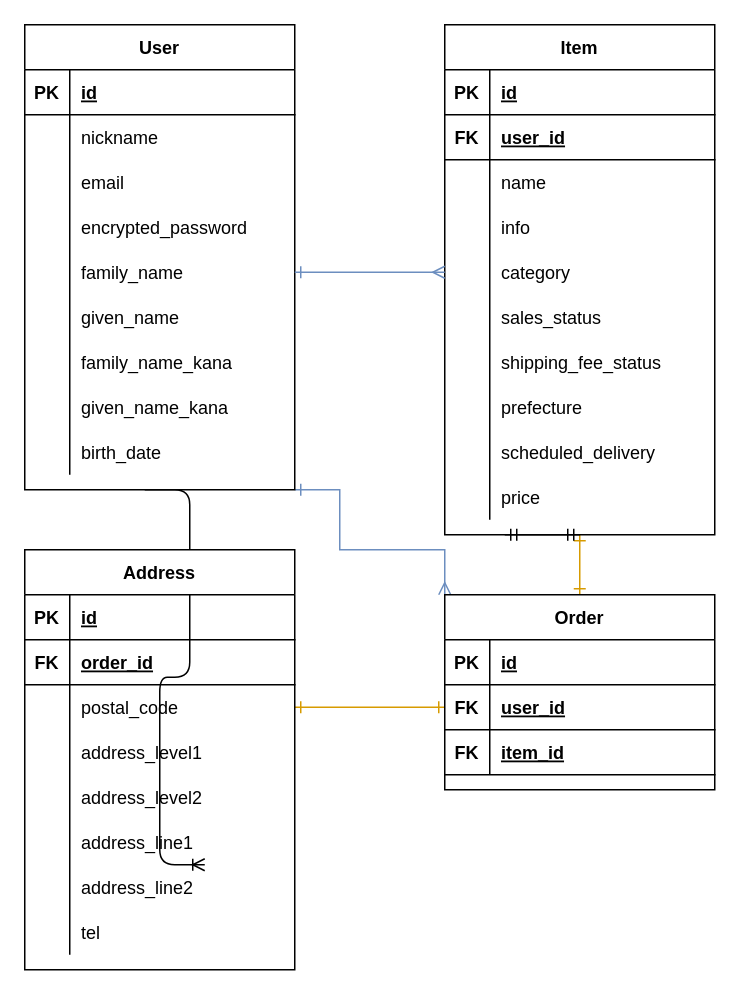
This is ER.dio from ttbbtbb/furima-31108, a draw.io file, before an edit. Source tidied: cells renumbered, new cells numbered last; positions are measured from the earlier drawing's top-left corner, leaving out a move shared by most shapes. Both pictures are drawn from the tidied source at 150%, with x=0, y=0 at pixel (24, 24).
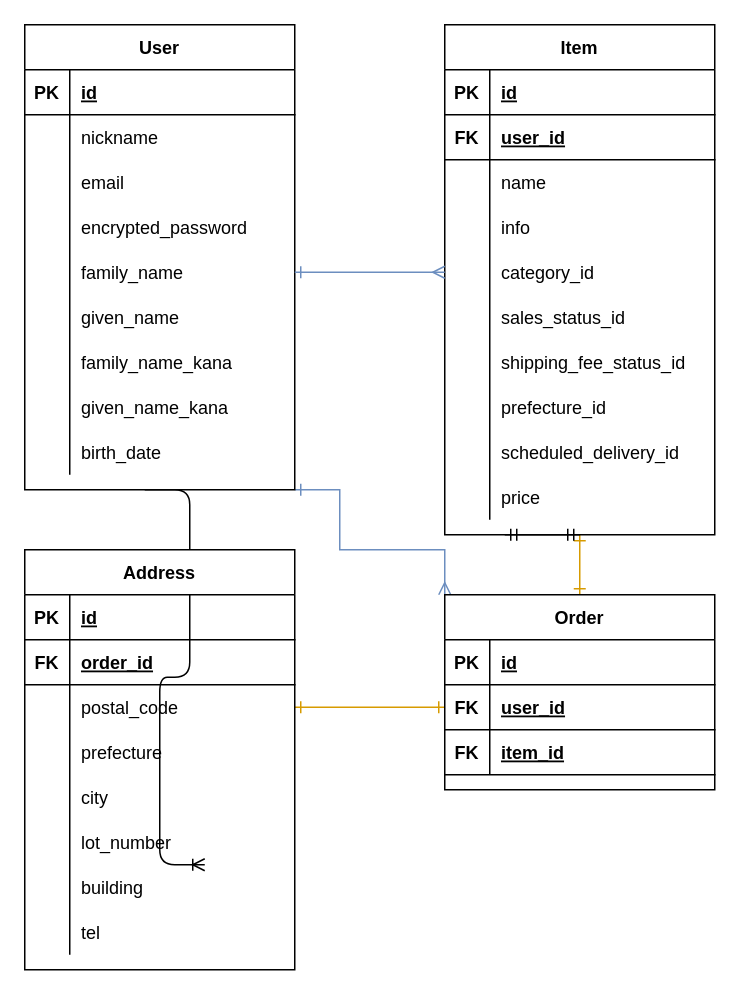
Above is the later version.

Commit message (it also covers changes not shown here):
カラム名修正、不要オプション削除

The change refers to these unchanged cells:
```xml
<mxCell id="45" style="shape=partialRectangle;fillColor=none;top=0;left=0;bottom=0;right=0;points=[[0,0.5],[1,0.5]];portConstraint=eastwest;" parent="32" vertex="1">
  <mxGeometry y="150" width="180" height="30" as="geometry" />
</mxCell>
<mxCell id="48" style="shape=partialRectangle;fillColor=none;top=0;left=0;bottom=0;right=0;" parent="32" vertex="1">
  <mxGeometry y="180" width="180" height="30" as="geometry" />
</mxCell>
<mxCell id="51" style="shape=partialRectangle;fillColor=none;top=0;left=0;bottom=0;right=0;" parent="32" vertex="1">
  <mxGeometry y="210" width="180" height="30" as="geometry" />
</mxCell>
<mxCell id="54" style="shape=partialRectangle;fillColor=none;top=0;left=0;bottom=0;right=0;" parent="32" vertex="1">
  <mxGeometry y="240" width="180" height="30" as="geometry" />
</mxCell>
<mxCell id="57" style="shape=partialRectangle;fillColor=none;top=0;left=0;bottom=0;right=0;" parent="32" vertex="1">
  <mxGeometry y="270" width="180" height="30" as="geometry" />
</mxCell>
<mxCell id="87" style="shape=partialRectangle;fillColor=none;top=0;left=0;bottom=0;right=0;" parent="77" vertex="1">
  <mxGeometry y="120" width="180" height="30" as="geometry" />
</mxCell>
<mxCell id="90" style="shape=partialRectangle;fillColor=none;top=0;left=0;bottom=0;right=0;" parent="77" vertex="1">
  <mxGeometry y="150" width="180" height="30" as="geometry" />
</mxCell>
<mxCell id="93" style="shape=partialRectangle;fillColor=none;top=0;left=0;bottom=0;right=0;" parent="77" vertex="1">
  <mxGeometry y="180" width="180" height="30" as="geometry" />
</mxCell>
<mxCell id="96" style="shape=partialRectangle;fillColor=none;top=0;left=0;bottom=0;right=0;" parent="77" vertex="1">
  <mxGeometry y="210" width="180" height="30" as="geometry" />
</mxCell>
```

Change to the diagram source:
```diff
@@
-    <mxCell id="47" value="category" style="shape=partialRectangle;fillColor=none;top=0;left=0;bottom=0;right=0;align=left;spacingLeft=6;overflow=hidden;" parent="45" vertex="1">
+    <mxCell id="47" value="category_id" style="shape=partialRectangle;fillColor=none;top=0;left=0;bottom=0;right=0;align=left;spacingLeft=6;overflow=hidden;" parent="45" vertex="1">
       <mxGeometry x="30" width="150" height="30" as="geometry" />
     </mxCell>
@@
-    <mxCell id="50" value="sales_status" style="shape=partialRectangle;fillColor=none;top=0;left=0;bottom=0;right=0;align=left;spacingLeft=6;overflow=hidden;" parent="48" vertex="1">
+    <mxCell id="50" value="sales_status_id" style="shape=partialRectangle;fillColor=none;top=0;left=0;bottom=0;right=0;align=left;spacingLeft=6;overflow=hidden;" parent="48" vertex="1">
       <mxGeometry x="30" width="150" height="30" as="geometry" />
     </mxCell>
@@
-    <mxCell id="53" value="shipping_fee_status" style="shape=partialRectangle;fillColor=none;top=0;left=0;bottom=0;right=0;align=left;spacingLeft=6;overflow=hidden;" parent="51" vertex="1">
+    <mxCell id="53" value="shipping_fee_status_id" style="shape=partialRectangle;fillColor=none;top=0;left=0;bottom=0;right=0;align=left;spacingLeft=6;overflow=hidden;" parent="51" vertex="1">
       <mxGeometry x="30" width="150" height="30" as="geometry" />
     </mxCell>
@@
-    <mxCell id="56" value="prefecture" style="shape=partialRectangle;fillColor=none;top=0;left=0;bottom=0;right=0;align=left;spacingLeft=6;overflow=hidden;" parent="54" vertex="1">
+    <mxCell id="56" value="prefecture_id" style="shape=partialRectangle;fillColor=none;top=0;left=0;bottom=0;right=0;align=left;spacingLeft=6;overflow=hidden;" parent="54" vertex="1">
       <mxGeometry x="30" width="150" height="30" as="geometry" />
     </mxCell>
@@
-    <mxCell id="59" value="scheduled_delivery" style="shape=partialRectangle;fillColor=none;top=0;left=0;bottom=0;right=0;align=left;spacingLeft=6;overflow=hidden;" parent="57" vertex="1">
+    <mxCell id="59" value="scheduled_delivery_id" style="shape=partialRectangle;fillColor=none;top=0;left=0;bottom=0;right=0;align=left;spacingLeft=6;overflow=hidden;" parent="57" vertex="1">
       <mxGeometry x="30" width="150" height="30" as="geometry" />
     </mxCell>
@@
-    <mxCell id="89" value="address_level1" style="shape=partialRectangle;fillColor=none;top=0;left=0;bottom=0;right=0;align=left;spacingLeft=6;overflow=hidden;" parent="87" vertex="1">
+    <mxCell id="89" value="prefecture" style="shape=partialRectangle;fillColor=none;top=0;left=0;bottom=0;right=0;align=left;spacingLeft=6;overflow=hidden;" parent="87" vertex="1">
       <mxGeometry x="30" width="150" height="30" as="geometry" />
     </mxCell>
@@
-    <mxCell id="92" value="address_level2" style="shape=partialRectangle;fillColor=none;top=0;left=0;bottom=0;right=0;align=left;spacingLeft=6;overflow=hidden;" parent="90" vertex="1">
+    <mxCell id="92" value="city" style="shape=partialRectangle;fillColor=none;top=0;left=0;bottom=0;right=0;align=left;spacingLeft=6;overflow=hidden;" parent="90" vertex="1">
       <mxGeometry x="30" width="150" height="30" as="geometry" />
     </mxCell>
@@
-    <mxCell id="95" value="address_line1" style="shape=partialRectangle;fillColor=none;top=0;left=0;bottom=0;right=0;align=left;spacingLeft=6;overflow=hidden;" parent="93" vertex="1">
+    <mxCell id="95" value="lot_number" style="shape=partialRectangle;fillColor=none;top=0;left=0;bottom=0;right=0;align=left;spacingLeft=6;overflow=hidden;" parent="93" vertex="1">
       <mxGeometry x="30" width="150" height="30" as="geometry" />
     </mxCell>
@@
-    <mxCell id="98" value="address_line2" style="shape=partialRectangle;fillColor=none;top=0;left=0;bottom=0;right=0;align=left;spacingLeft=6;overflow=hidden;" parent="96" vertex="1">
+    <mxCell id="98" value="building" style="shape=partialRectangle;fillColor=none;top=0;left=0;bottom=0;right=0;align=left;spacingLeft=6;overflow=hidden;" parent="96" vertex="1">
       <mxGeometry x="30" width="150" height="30" as="geometry" />
     </mxCell>
```
